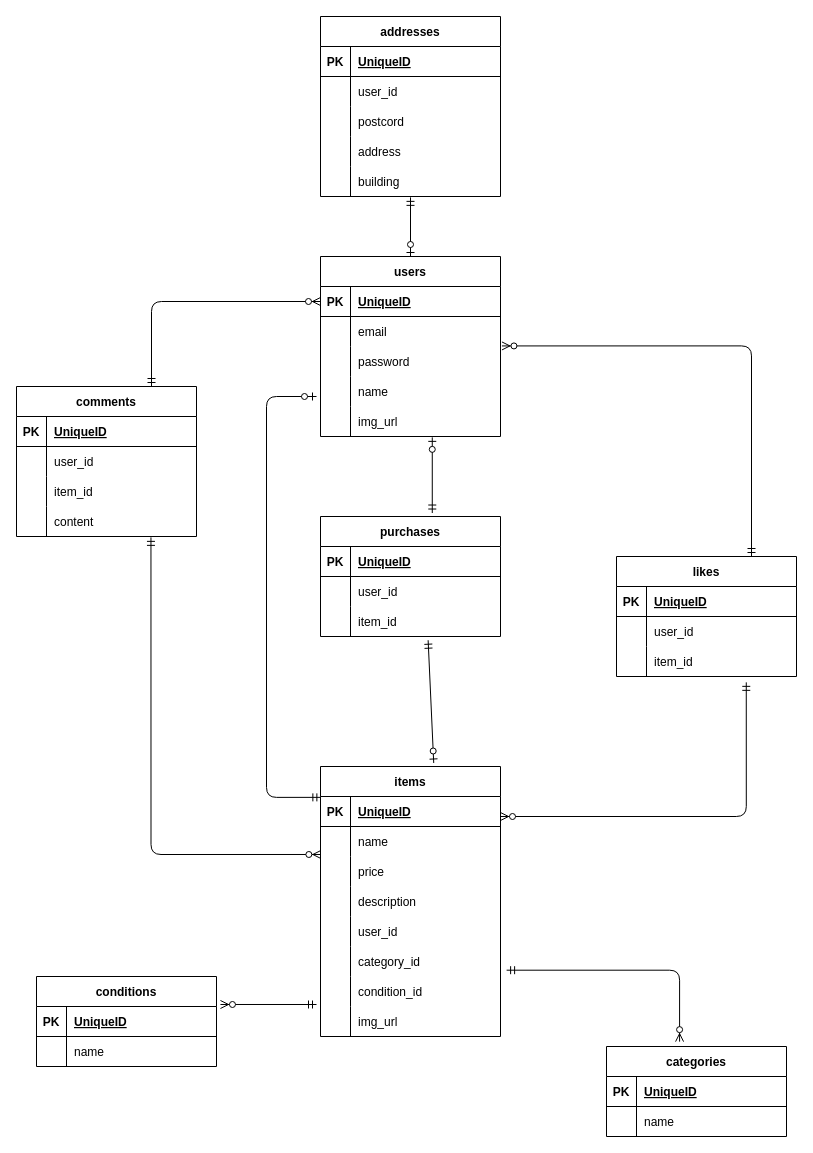
This is src/database/diagrams/er_diagram.drawio from kobasikibo/coachtech-flea-market, a draw.io file, before an edit. Source tidied: cells renumbered, new cells numbered last; positions are measured from the earlier drawing's top-left corner, leaving out a move shared by most shapes. Both pictures are drawn from the tidied source at 100%, with x=0, y=0 at pixel (16, 16).
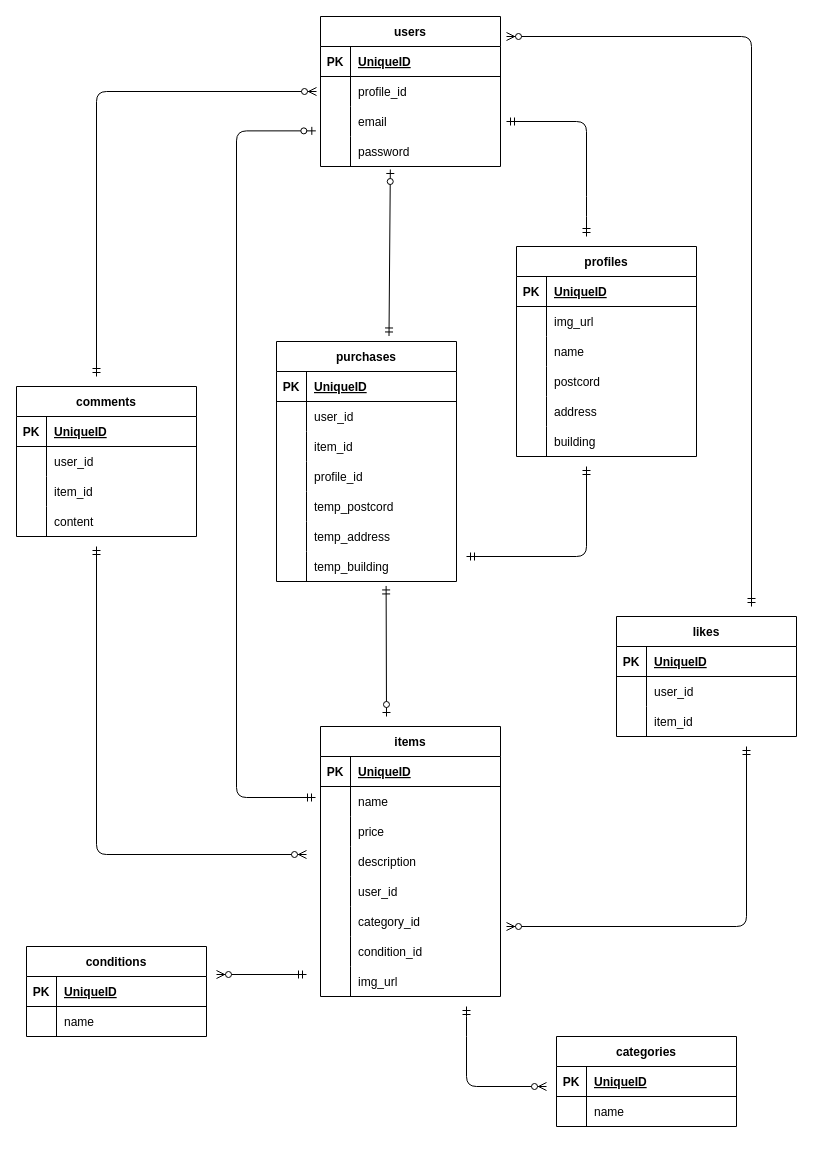
The same diagram, later.

The change refers to these unchanged cells:
```xml
<mxCell id="3" style="shape=tableRow;horizontal=0;startSize=0;swimlaneHead=0;swimlaneBody=0;fillColor=none;points=[[0,0.5],[1,0.5]];portConstraint=eastwest;top=0;left=0;right=0;bottom=1;" parent="2" vertex="1">
  <mxGeometry y="30" width="180" height="30" as="geometry" />
</mxCell>
<mxCell id="41" style="shape=tableRow;horizontal=0;startSize=0;swimlaneHead=0;swimlaneBody=0;fillColor=none;points=[[0,0.5],[1,0.5]];portConstraint=eastwest;top=0;left=0;right=0;bottom=0;" parent="34" vertex="1">
  <mxGeometry y="90" width="180" height="30" as="geometry" />
</mxCell>
<mxCell id="44" value="comments" style="shape=table;startSize=30;childLayout=tableLayout;rowLines=0;fontStyle=1;align=center;" parent="1" vertex="1">
  <mxGeometry y="370" width="180" height="150" as="geometry" />
</mxCell>
<mxCell id="54" style="shape=tableRow;horizontal=0;startSize=0;swimlaneHead=0;swimlaneBody=0;fillColor=none;points=[[0,0.5],[1,0.5]];portConstraint=eastwest;top=0;left=0;right=0;bottom=0;" parent="44" vertex="1">
  <mxGeometry y="120" width="180" height="30" as="geometry" />
</mxCell>
<mxCell id="58" style="shape=tableRow;horizontal=0;startSize=0;swimlaneHead=0;swimlaneBody=0;fillColor=none;points=[[0,0.5],[1,0.5]];portConstraint=eastwest;top=0;left=0;right=0;bottom=1;" parent="57" vertex="1">
  <mxGeometry y="30" width="180" height="30" as="geometry" />
</mxCell>
<mxCell id="64" style="shape=tableRow;horizontal=0;startSize=0;swimlaneHead=0;swimlaneBody=0;fillColor=none;points=[[0,0.5],[1,0.5]];portConstraint=eastwest;top=0;left=0;right=0;bottom=0;" parent="57" vertex="1">
  <mxGeometry y="90" width="180" height="30" as="geometry" />
</mxCell>
<mxCell id="76" style="shape=tableRow;horizontal=0;startSize=0;swimlaneHead=0;swimlaneBody=0;fillColor=none;points=[[0,0.5],[1,0.5]];portConstraint=eastwest;top=0;left=0;right=0;bottom=0;" parent="57" vertex="1">
  <mxGeometry y="210" width="180" height="30" as="geometry" />
</mxCell>
<mxCell id="83" style="shape=tableRow;horizontal=0;startSize=0;swimlaneHead=0;swimlaneBody=0;fillColor=none;points=[[0,0.5],[1,0.5]];portConstraint=eastwest;top=0;left=0;right=0;bottom=1;" parent="82" vertex="1">
  <mxGeometry y="30" width="180" height="30" as="geometry" />
</mxCell>
<mxCell id="111" style="shape=tableRow;horizontal=0;startSize=0;swimlaneHead=0;swimlaneBody=0;fillColor=none;points=[[0,0.5],[1,0.5]];portConstraint=eastwest;top=0;left=0;right=0;bottom=0;" parent="104" vertex="1">
  <mxGeometry y="90" width="180" height="30" as="geometry" />
</mxCell>
```

What changed in the source:
```diff
@@
     <mxCell id="2" value="users" style="shape=table;startSize=30;childLayout=tableLayout;rowLines=0;fontStyle=1;align=center;" parent="1" vertex="1">
-      <mxGeometry x="304" y="240" width="180" height="180" as="geometry" />
+      <mxGeometry x="304" width="180" height="150" as="geometry" />
     </mxCell>
@@
+    <mxCell id="116" style="shape=tableRow;horizontal=0;startSize=0;swimlaneHead=0;swimlaneBody=0;fillColor=none;top=0;left=0;right=0;bottom=0;" parent="2" vertex="1">
+      <mxGeometry y="60" width="180" height="30" as="geometry" />
+    </mxCell>
+    <mxCell id="117" style="shape=partialRectangle;fillColor=none;top=0;left=0;bottom=0;right=0;overflow=hidden;" parent="116" vertex="1">
+      <mxGeometry width="30" height="30" as="geometry" />
+    </mxCell>
+    <mxCell id="118" value="profile_id" style="shape=partialRectangle;fillColor=none;top=0;left=0;bottom=0;right=0;align=left;spacingLeft=6;overflow=hidden;" parent="116" vertex="1">
+      <mxGeometry x="30" width="150" height="30" as="geometry" />
+    </mxCell>
     <mxCell id="6" style="shape=tableRow;horizontal=0;startSize=0;swimlaneHead=0;swimlaneBody=0;fillColor=none;points=[[0,0.5],[1,0.5]];portConstraint=eastwest;top=0;left=0;right=0;bottom=0;" parent="2" vertex="1">
-      <mxGeometry y="60" width="180" height="30" as="geometry" />
+      <mxGeometry y="90" width="180" height="30" as="geometry" />
     </mxCell>
@@
-    <mxCell id="9" style="shape=tableRow;horizontal=0;startSize=0;swimlaneHead=0;swimlaneBody=0;fillColor=none;top=0;left=0;right=0;bottom=0;" parent="2" vertex="1">
-      <mxGeometry y="90" width="180" height="30" as="geometry" />
-    </mxCell>
-    <mxCell id="10" style="shape=partialRectangle;fillColor=none;top=0;left=0;bottom=0;right=0;overflow=hidden;" parent="9" vertex="1">
-      <mxGeometry width="30" height="30" as="geometry" />
-    </mxCell>
-    <mxCell id="11" value="password" style="shape=partialRectangle;fillColor=none;top=0;left=0;bottom=0;right=0;align=left;spacingLeft=6;overflow=hidden;" parent="9" vertex="1">
-      <mxGeometry x="30" width="150" height="30" as="geometry" />
-    </mxCell>
-    <mxCell id="12" style="shape=tableRow;horizontal=0;startSize=0;swimlaneHead=0;swimlaneBody=0;fillColor=none;top=0;left=0;right=0;bottom=0;" parent="2" vertex="1">
-      <mxGeometry y="120" width="180" height="30" as="geometry" />
-    </mxCell>
-    <mxCell id="13" style="shape=partialRectangle;fillColor=none;top=0;left=0;bottom=0;right=0;overflow=hidden;" parent="12" vertex="1">
-      <mxGeometry width="30" height="30" as="geometry" />
-    </mxCell>
-    <mxCell id="14" value="name" style="shape=partialRectangle;fillColor=none;top=0;left=0;bottom=0;right=0;align=left;spacingLeft=6;overflow=hidden;" parent="12" vertex="1">
-      <mxGeometry x="30" width="150" height="30" as="geometry" />
-    </mxCell>
     <mxCell id="15" style="shape=tableRow;horizontal=0;startSize=0;swimlaneHead=0;swimlaneBody=0;fillColor=none;points=[[0,0.5],[1,0.5]];portConstraint=eastwest;top=0;left=0;right=0;bottom=0;" parent="2" vertex="1">
-      <mxGeometry y="150" width="180" height="30" as="geometry" />
+      <mxGeometry y="120" width="180" height="30" as="geometry" />
     </mxCell>
@@
-    <mxCell id="17" value="img_url" style="shape=partialRectangle;fillColor=none;top=0;left=0;bottom=0;right=0;align=left;spacingLeft=6;overflow=hidden;" parent="15" vertex="1">
+    <mxCell id="17" value="password" style="shape=partialRectangle;fillColor=none;top=0;left=0;bottom=0;right=0;align=left;spacingLeft=6;overflow=hidden;" parent="15" vertex="1">
       <mxGeometry x="30" width="150" height="30" as="geometry" />
     </mxCell>
-    <mxCell id="18" value="addresses" style="shape=table;startSize=30;childLayout=tableLayout;rowLines=0;fontStyle=1;align=center;" parent="1" vertex="1">
-      <mxGeometry x="304" width="180" height="180" as="geometry" />
+    <mxCell id="18" value="profiles" style="shape=table;startSize=30;childLayout=tableLayout;rowLines=0;fontStyle=1;align=center;" parent="1" vertex="1">
+      <mxGeometry x="500" y="230" width="180" height="210" as="geometry" />
     </mxCell>
@@
+    <mxCell id="119" style="shape=tableRow;horizontal=0;startSize=0;swimlaneHead=0;swimlaneBody=0;fillColor=none;top=0;left=0;right=0;bottom=0;" parent="18" vertex="1">
+      <mxGeometry y="60" width="180" height="30" as="geometry" />
+    </mxCell>
+    <mxCell id="120" style="shape=partialRectangle;fillColor=none;top=0;left=0;bottom=0;right=0;overflow=hidden;" parent="119" vertex="1">
+      <mxGeometry width="30" height="30" as="geometry" />
+    </mxCell>
+    <mxCell id="121" value="img_url" style="shape=partialRectangle;fillColor=none;top=0;left=0;bottom=0;right=0;align=left;spacingLeft=6;overflow=hidden;" parent="119" vertex="1">
+      <mxGeometry x="30" width="150" height="30" as="geometry" />
+    </mxCell>
     <mxCell id="22" style="shape=tableRow;horizontal=0;startSize=0;swimlaneHead=0;swimlaneBody=0;fillColor=none;top=0;left=0;right=0;bottom=0;" parent="18" vertex="1">
-      <mxGeometry y="60" width="180" height="30" as="geometry" />
+      <mxGeometry y="90" width="180" height="30" as="geometry" />
     </mxCell>
@@
-    <mxCell id="24" value="user_id" style="shape=partialRectangle;fillColor=none;top=0;left=0;bottom=0;right=0;align=left;spacingLeft=6;overflow=hidden;" parent="22" vertex="1">
+    <mxCell id="24" value="name" style="shape=partialRectangle;fillColor=none;top=0;left=0;bottom=0;right=0;align=left;spacingLeft=6;overflow=hidden;" parent="22" vertex="1">
       <mxGeometry x="30" width="150" height="30" as="geometry" />
     </mxCell>
     <mxCell id="25" style="shape=tableRow;horizontal=0;startSize=0;swimlaneHead=0;swimlaneBody=0;fillColor=none;top=0;left=0;right=0;bottom=0;" parent="18" vertex="1">
-      <mxGeometry y="90" width="180" height="30" as="geometry" />
+      <mxGeometry y="120" width="180" height="30" as="geometry" />
     </mxCell>
@@
     <mxCell id="28" style="shape=tableRow;horizontal=0;startSize=0;swimlaneHead=0;swimlaneBody=0;fillColor=none;top=0;left=0;right=0;bottom=0;" parent="18" vertex="1">
-      <mxGeometry y="120" width="180" height="30" as="geometry" />
+      <mxGeometry y="150" width="180" height="30" as="geometry" />
     </mxCell>
@@
     <mxCell id="31" style="shape=tableRow;horizontal=0;startSize=0;swimlaneHead=0;swimlaneBody=0;fillColor=none;points=[[0,0.5],[1,0.5]];portConstraint=eastwest;top=0;left=0;right=0;bottom=0;" parent="18" vertex="1">
-      <mxGeometry y="150" width="180" height="30" as="geometry" />
+      <mxGeometry y="180" width="180" height="30" as="geometry" />
     </mxCell>
@@
     <mxCell id="34" value="likes" style="shape=table;startSize=30;childLayout=tableLayout;rowLines=0;fontStyle=1;align=center;" parent="1" vertex="1">
-      <mxGeometry x="600" y="540" width="180" height="120" as="geometry" />
+      <mxGeometry x="600" y="600" width="180" height="120" as="geometry" />
     </mxCell>
@@
     <mxCell id="57" value="items" style="shape=table;startSize=30;childLayout=tableLayout;rowLines=0;fontStyle=1;align=center;" parent="1" vertex="1">
-      <mxGeometry x="304" y="750" width="180" height="270" as="geometry" />
+      <mxGeometry x="304" y="710" width="180" height="270" as="geometry" />
     </mxCell>
@@
     <mxCell id="82" value="conditions" style="shape=table;startSize=30;childLayout=tableLayout;rowLines=0;fontStyle=1;align=center;" parent="1" vertex="1">
-      <mxGeometry x="20" y="960" width="180" height="90" as="geometry" />
+      <mxGeometry x="10" y="930" width="180" height="90" as="geometry" />
     </mxCell>
@@
     <mxCell id="89" value="categories" style="shape=table;startSize=30;childLayout=tableLayout;rowLines=0;fontStyle=1;align=center;" parent="1" vertex="1">
-      <mxGeometry x="590" y="1030" width="180" height="90" as="geometry" />
+      <mxGeometry x="540" y="1020" width="180" height="90" as="geometry" />
     </mxCell>
@@
-    <mxCell id="96" style="fontSize=12;html=1;endArrow=ERzeroToOne;startArrow=ERmandOne;entryX=0.5;entryY=0;entryDx=0;entryDy=0;exitX=0.5;exitY=1.029;exitDx=0;exitDy=0;exitPerimeter=0;" parent="1" edge="1" source="31" target="2">
-      <mxGeometry relative="1" as="geometry" />
-    </mxCell>
-    <mxCell id="97" style="fontSize=12;html=1;endArrow=ERzeroToMany;startArrow=ERmandOne;entryX=1.022;entryY=-0.067;entryDx=0;entryDy=0;entryPerimeter=0;" parent="1" edge="1" target="83">
+    <mxCell id="97" style="fontSize=12;html=1;endArrow=ERzeroToMany;startArrow=ERmandOne;" parent="1" edge="1">
       <mxGeometry relative="1" as="geometry">
-        <mxPoint x="300" y="988" as="sourcePoint" />
+        <mxPoint x="290" y="958" as="sourcePoint" />
+        <mxPoint x="200" y="958" as="targetPoint" />
       </mxGeometry>
     </mxCell>
-    <mxCell id="98" style="fontSize=12;html=1;endArrow=ERzeroToMany;startArrow=ERmandOne;elbow=horizontal;entryX=0.406;entryY=-0.054;entryDx=0;entryDy=0;entryPerimeter=0;exitX=1.034;exitY=-0.21;exitDx=0;exitDy=0;exitPerimeter=0;edgeStyle=orthogonalEdgeStyle;" parent="1" edge="1" source="76" target="89">
-      <mxGeometry relative="1" as="geometry" />
+    <mxCell id="98" style="fontSize=12;html=1;endArrow=ERzeroToMany;startArrow=ERmandOne;elbow=horizontal;edgeStyle=orthogonalEdgeStyle;" parent="1" edge="1">
+      <mxGeometry relative="1" as="geometry">
+        <mxPoint x="450" y="990" as="sourcePoint" />
+        <mxPoint x="530" y="1070" as="targetPoint" />
+        <Array as="points">
+          <mxPoint x="450" y="1010" />
+          <mxPoint x="450" y="1070" />
+        </Array>
+      </mxGeometry>
     </mxCell>
-    <mxCell id="99" style="fontSize=12;html=1;endArrow=ERzeroToMany;startArrow=ERmandOne;elbow=vertical;exitX=0.721;exitY=1.195;exitDx=0;exitDy=0;exitPerimeter=0;edgeStyle=orthogonalEdgeStyle;" parent="1" edge="1" source="41">
+    <mxCell id="99" style="fontSize=12;html=1;endArrow=ERzeroToMany;startArrow=ERmandOne;elbow=vertical;edgeStyle=orthogonalEdgeStyle;" parent="1" edge="1">
       <mxGeometry relative="1" as="geometry">
-        <mxPoint x="484" y="800" as="targetPoint" />
+        <mxPoint x="730" y="730" as="sourcePoint" />
+        <mxPoint x="490" y="910" as="targetPoint" />
         <Array as="points">
-          <mxPoint x="730" y="800" />
+          <mxPoint x="730" y="910" />
+          <mxPoint x="490" y="910" />
         </Array>
       </mxGeometry>
     </mxCell>
-    <mxCell id="100" style="fontSize=12;html=1;endArrow=ERzeroToMany;startArrow=ERmandOne;elbow=vertical;entryX=1.008;entryY=0.981;entryDx=0;entryDy=0;entryPerimeter=0;exitX=0.75;exitY=0;exitDx=0;exitDy=0;edgeStyle=orthogonalEdgeStyle;" parent="1" edge="1" source="34" target="6">
+    <mxCell id="100" style="fontSize=12;html=1;endArrow=ERzeroToMany;startArrow=ERmandOne;elbow=vertical;edgeStyle=orthogonalEdgeStyle;" parent="1" edge="1">
       <mxGeometry relative="1" as="geometry">
+        <mxPoint x="735" y="590" as="sourcePoint" />
+        <mxPoint x="490" y="20" as="targetPoint" />
         <Array as="points">
-          <mxPoint x="735" y="329" />
+          <mxPoint x="735" y="20" />
         </Array>
       </mxGeometry>
     </mxCell>
-    <mxCell id="101" style="fontSize=12;html=1;endArrow=ERzeroToMany;startArrow=ERmandOne;elbow=vertical;entryX=0;entryY=0.5;entryDx=0;entryDy=0;exitX=0.75;exitY=0;exitDx=0;exitDy=0;edgeStyle=orthogonalEdgeStyle;" parent="1" edge="1" source="44" target="3">
-      <mxGeometry relative="1" as="geometry" />
+    <mxCell id="101" style="fontSize=12;html=1;endArrow=ERzeroToMany;startArrow=ERmandOne;elbow=vertical;edgeStyle=orthogonalEdgeStyle;" parent="1" edge="1">
+      <mxGeometry relative="1" as="geometry">
+        <mxPoint x="80" y="360" as="sourcePoint" />
+        <mxPoint x="300" y="75" as="targetPoint" />
+        <Array as="points">
+          <mxPoint x="80" y="75" />
+        </Array>
+      </mxGeometry>
     </mxCell>
-    <mxCell id="102" style="fontSize=12;html=1;endArrow=ERzeroToMany;startArrow=ERmandOne;elbow=vertical;exitX=0.747;exitY=1.029;exitDx=0;exitDy=0;exitPerimeter=0;entryX=0.002;entryY=-0.067;entryDx=0;entryDy=0;entryPerimeter=0;edgeStyle=orthogonalEdgeStyle;" parent="1" edge="1" source="54" target="64">
-      <mxGeometry relative="1" as="geometry" />
+    <mxCell id="102" style="fontSize=12;html=1;endArrow=ERzeroToMany;startArrow=ERmandOne;elbow=vertical;edgeStyle=orthogonalEdgeStyle;" parent="1" edge="1">
+      <mxGeometry relative="1" as="geometry">
+        <mxPoint x="80" y="530" as="sourcePoint" />
+        <mxPoint x="290" y="838" as="targetPoint" />
+        <Array as="points">
+          <mxPoint x="80" y="838" />
+        </Array>
+      </mxGeometry>
     </mxCell>
-    <mxCell id="103" style="fontSize=12;html=1;endArrow=ERzeroToOne;startArrow=ERmandOne;elbow=vertical;exitX=0.002;exitY=0.029;exitDx=0;exitDy=0;exitPerimeter=0;edgeStyle=orthogonalEdgeStyle;" parent="1" edge="1" source="58">
+    <mxCell id="103" style="fontSize=12;html=1;endArrow=ERzeroToOne;startArrow=ERmandOne;elbow=vertical;entryX=-0.026;entryY=-0.188;entryDx=0;entryDy=0;entryPerimeter=0;edgeStyle=orthogonalEdgeStyle;" parent="1" edge="1" target="15">
       <mxGeometry relative="1" as="geometry">
-        <mxPoint x="300" y="380" as="targetPoint" />
+        <mxPoint x="299" y="781" as="sourcePoint" />
         <Array as="points">
-          <mxPoint x="250" y="781" />
-          <mxPoint x="250" y="380" />
+          <mxPoint x="220" y="781" />
+          <mxPoint x="220" y="114" />
         </Array>
       </mxGeometry>
     </mxCell>
     <mxCell id="104" value="purchases" style="shape=table;startSize=30;childLayout=tableLayout;rowLines=0;fontStyle=1;align=center;" parent="1" vertex="1">
-      <mxGeometry x="304" y="500" width="180" height="120" as="geometry" />
+      <mxGeometry x="260" y="325" width="180" height="240" as="geometry" />
     </mxCell>
@@
+    <mxCell id="12" style="shape=tableRow;horizontal=0;startSize=0;swimlaneHead=0;swimlaneBody=0;fillColor=none;top=0;left=0;right=0;bottom=0;" parent="104" vertex="1">
+      <mxGeometry y="120" width="180" height="30" as="geometry" />
+    </mxCell>
+    <mxCell id="122" style="shape=partialRectangle;fillColor=none;top=0;left=0;bottom=0;right=0;overflow=hidden;" parent="12" vertex="1">
+      <mxGeometry width="30" height="30" as="geometry" />
+    </mxCell>
+    <mxCell id="123" value="profile_id" style="shape=partialRectangle;fillColor=none;top=0;left=0;bottom=0;right=0;align=left;spacingLeft=6;overflow=hidden;" parent="12" vertex="1">
+      <mxGeometry x="30" width="150" height="30" as="geometry" />
+    </mxCell>
+    <mxCell id="124" style="shape=tableRow;horizontal=0;startSize=0;swimlaneHead=0;swimlaneBody=0;fillColor=none;top=0;left=0;right=0;bottom=0;" parent="104" vertex="1">
+      <mxGeometry y="150" width="180" height="30" as="geometry" />
+    </mxCell>
+    <mxCell id="125" style="shape=partialRectangle;fillColor=none;top=0;left=0;bottom=0;right=0;overflow=hidden;" parent="124" vertex="1">
+      <mxGeometry width="30" height="30" as="geometry" />
+    </mxCell>
+    <mxCell id="126" value="temp_postcord" style="shape=partialRectangle;fillColor=none;top=0;left=0;bottom=0;right=0;align=left;spacingLeft=6;overflow=hidden;" parent="124" vertex="1">
+      <mxGeometry x="30" width="150" height="30" as="geometry" />
+    </mxCell>
+    <mxCell id="127" style="shape=tableRow;horizontal=0;startSize=0;swimlaneHead=0;swimlaneBody=0;fillColor=none;top=0;left=0;right=0;bottom=0;" parent="104" vertex="1">
+      <mxGeometry y="180" width="180" height="30" as="geometry" />
+    </mxCell>
+    <mxCell id="128" style="shape=partialRectangle;fillColor=none;top=0;left=0;bottom=0;right=0;overflow=hidden;" parent="127" vertex="1">
+      <mxGeometry width="30" height="30" as="geometry" />
+    </mxCell>
+    <mxCell id="129" value="temp_address" style="shape=partialRectangle;fillColor=none;top=0;left=0;bottom=0;right=0;align=left;spacingLeft=6;overflow=hidden;" parent="127" vertex="1">
+      <mxGeometry x="30" width="150" height="30" as="geometry" />
+    </mxCell>
+    <mxCell id="130" style="shape=tableRow;horizontal=0;startSize=0;swimlaneHead=0;swimlaneBody=0;fillColor=none;points=[[0,0.5],[1,0.5]];portConstraint=eastwest;top=0;left=0;right=0;bottom=0;" parent="104" vertex="1">
+      <mxGeometry y="210" width="180" height="30" as="geometry" />
+    </mxCell>
+    <mxCell id="131" style="shape=partialRectangle;fillColor=none;top=0;left=0;bottom=0;right=0;overflow=hidden;" parent="130" vertex="1">
+      <mxGeometry width="30" height="30" as="geometry" />
+    </mxCell>
+    <mxCell id="132" value="temp_building" style="shape=partialRectangle;fillColor=none;top=0;left=0;bottom=0;right=0;align=left;spacingLeft=6;overflow=hidden;" parent="130" vertex="1">
+      <mxGeometry x="30" width="150" height="30" as="geometry" />
+    </mxCell>
-    <mxCell id="114" style="fontSize=12;html=1;endArrow=ERzeroToOne;startArrow=ERmandOne;elbow=vertical;exitX=0.621;exitY=-0.029;exitDx=0;exitDy=0;entryX=0.621;entryY=1.029;entryDx=0;entryDy=0;entryPerimeter=0;exitPerimeter=0;" parent="1" edge="1" source="104" target="15">
+    <mxCell id="114" style="fontSize=12;html=1;endArrow=ERzeroToOne;startArrow=ERmandOne;elbow=vertical;exitX=0.625;exitY=-0.023;exitDx=0;exitDy=0;entryX=0.388;entryY=1.1;entryDx=0;entryDy=0;entryPerimeter=0;exitPerimeter=0;" parent="1" edge="1" source="104" target="15">
       <mxGeometry relative="1" as="geometry" />
     </mxCell>
-    <mxCell id="115" style="fontSize=12;html=1;endArrow=ERzeroToOne;startArrow=ERmandOne;elbow=vertical;entryX=0.629;entryY=-0.013;entryDx=0;entryDy=0;entryPerimeter=0;exitX=0.598;exitY=1.124;exitDx=0;exitDy=0;exitPerimeter=0;" parent="1" edge="1" source="111" target="57">
-      <mxGeometry relative="1" as="geometry" />
+    <mxCell id="115" style="fontSize=12;html=1;endArrow=ERzeroToOne;startArrow=ERmandOne;elbow=vertical;exitX=0.609;exitY=1.148;exitDx=0;exitDy=0;exitPerimeter=0;" parent="1" edge="1" source="130">
+      <mxGeometry relative="1" as="geometry">
+        <mxPoint x="370" y="700" as="targetPoint" />
+      </mxGeometry>
     </mxCell>
+    <mxCell id="133" style="fontSize=12;html=1;endArrow=ERmandOne;startArrow=ERmandOne;elbow=vertical;edgeStyle=orthogonalEdgeStyle;" parent="1" edge="1">
+      <mxGeometry relative="1" as="geometry">
+        <mxPoint x="490" y="105" as="sourcePoint" />
+        <mxPoint x="570" y="220" as="targetPoint" />
+        <Array as="points">
+          <mxPoint x="570" y="105" />
+          <mxPoint x="570" y="190" />
+        </Array>
+      </mxGeometry>
+    </mxCell>
+    <mxCell id="134" style="fontSize=12;html=1;endArrow=ERmandOne;startArrow=ERmandOne;elbow=vertical;edgeStyle=orthogonalEdgeStyle;" parent="1" edge="1">
+      <mxGeometry relative="1" as="geometry">
+        <mxPoint x="450" y="540" as="sourcePoint" />
+        <mxPoint x="570" y="450" as="targetPoint" />
+        <Array as="points">
+          <mxPoint x="570" y="540" />
+        </Array>
+      </mxGeometry>
+    </mxCell>
```
